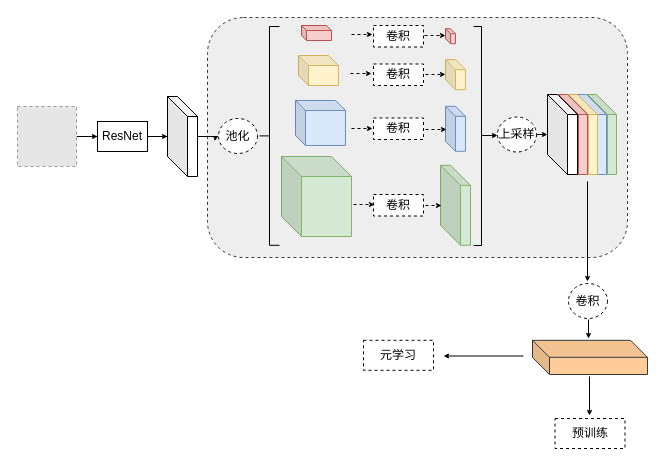
This is 自监督具体流程图.drawio from JMYok/wx_crossLearn, a draw.io file, before an edit. Source tidied: cells renumbered, new cells numbered last; positions are measured from the earlier drawing's top-left corner, leaving out a move shared by most shapes. Both pictures are drawn from the tidied source at 100%, with x=0, y=0 at pixel (17, 17). Pictures stored in the file or linked from it are replaced by grey dashed boxes.
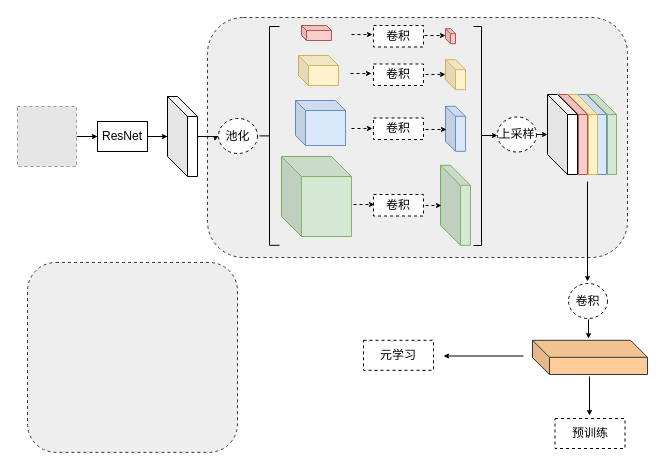
Above is the later version.

Commit message (it also covers changes not shown here):
Update 自监督具体流程图.drawio

Diff of the diagram source:
```diff
@@
+    <mxCell id="48" style="rounded=1;whiteSpace=wrap;html=1;dashed=1;fillColor=#eeeeee;strokeColor=#36393d;" parent="1" vertex="1">
+      <mxGeometry x="10" y="244.9" width="210" height="190" as="geometry" />
+    </mxCell>
```
